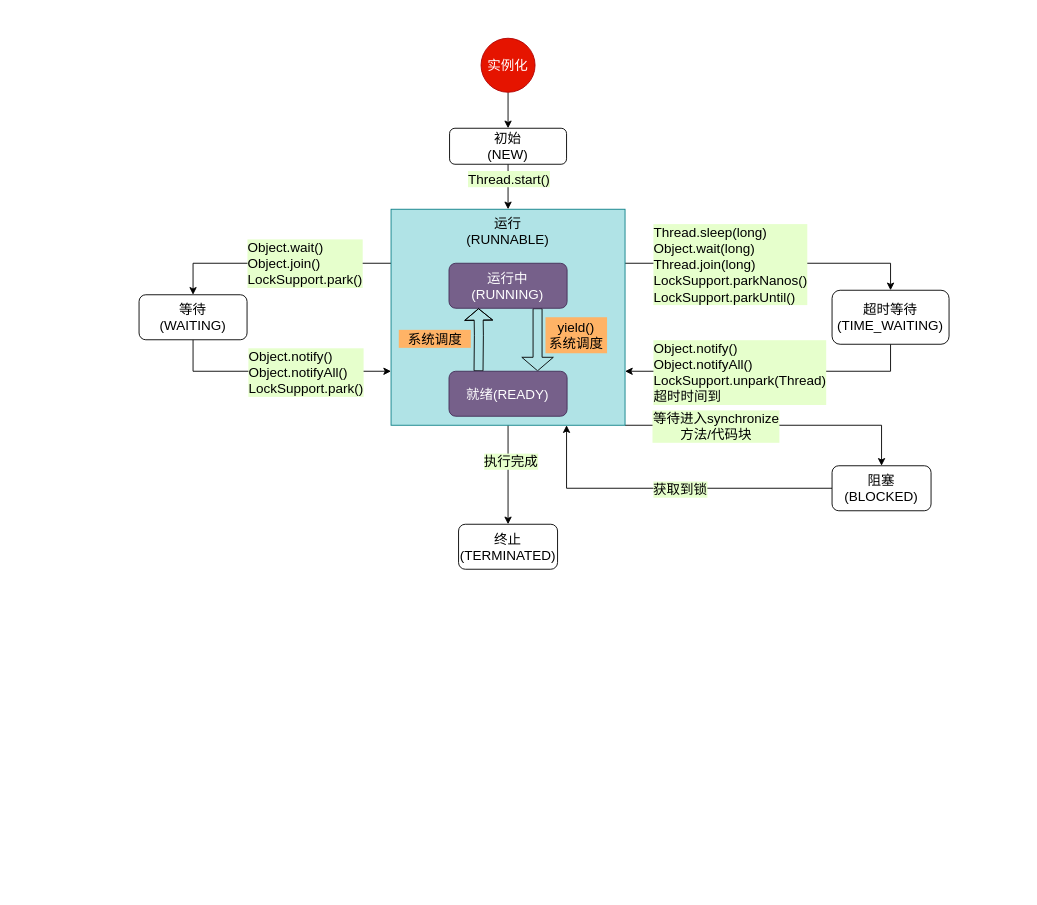
The draw.io diagram ConcurrencyProgramming.drawio in anDongCoder/draw-io, before the edit. Source tidied: cells renumbered, new cells numbered last; positions are measured from the earlier drawing's top-left corner, leaving out a move shared by most shapes. Both pictures are drawn from the tidied source at 90%, with x=0, y=0 at pixel (139, 38).
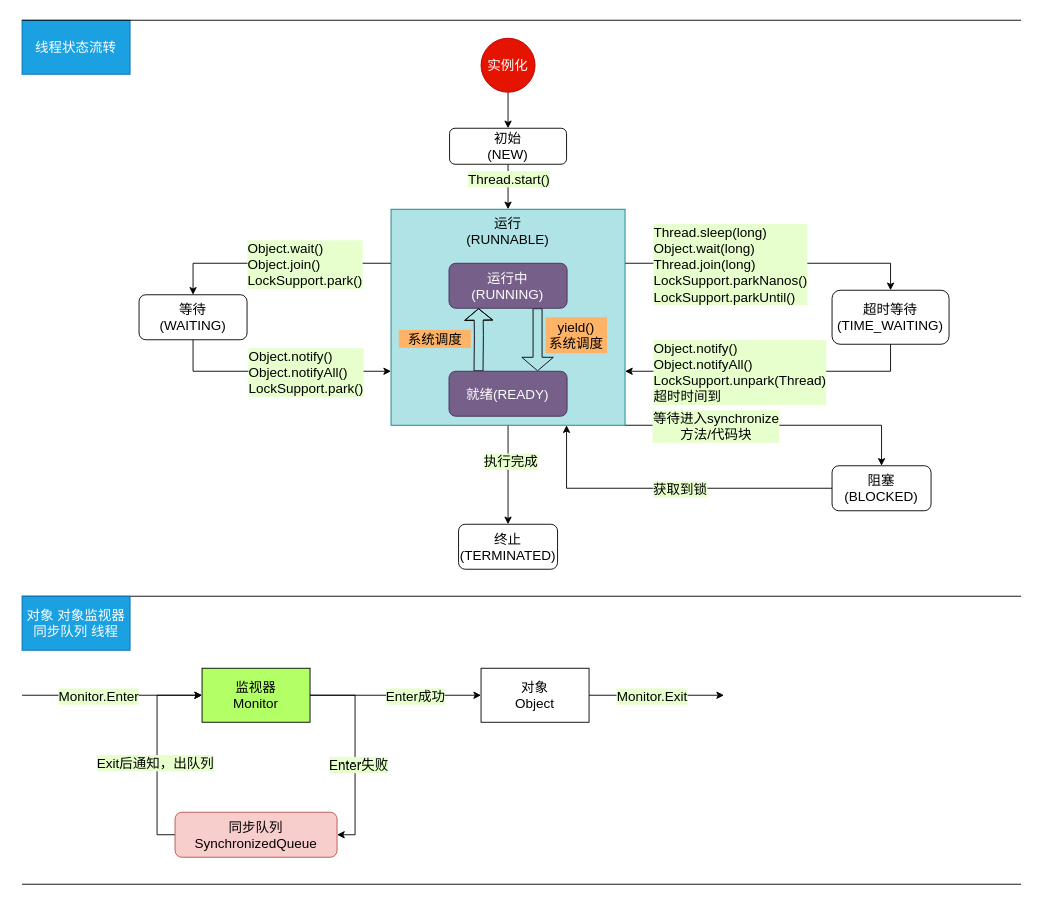
The same page after the edit.

What changed in the source:
```diff
@@
+    <mxCell id="33" value="线程状态流转" style="rounded=0;whiteSpace=wrap;html=1;fillColor=#1ba1e2;strokeColor=#006EAF;fontColor=#ffffff;fontSize=15;" parent="1" vertex="1">
+      <mxGeometry x="-130" y="-20" width="120" height="60" as="geometry" />
+    </mxCell>
+    <mxCell id="34" style="line;strokeWidth=1;html=1;" parent="1" vertex="1">
+      <mxGeometry x="-130" y="-25" width="1110" height="10" as="geometry" />
+    </mxCell>
+    <mxCell id="35" style="line;strokeWidth=1;html=1;" parent="1" vertex="1">
+      <mxGeometry x="-130" y="615" width="1110" height="10" as="geometry" />
+    </mxCell>
+    <mxCell id="36" value="对象 对象监视器&lt;br&gt;同步队列 线程" style="rounded=0;whiteSpace=wrap;html=1;fillColor=#1ba1e2;strokeColor=#006EAF;fontColor=#ffffff;fontSize=15;" parent="1" vertex="1">
+      <mxGeometry x="-130" y="620" width="120" height="60" as="geometry" />
+    </mxCell>
+    <mxCell id="37" style="edgeStyle=orthogonalEdgeStyle;rounded=0;jettySize=auto;html=1;exitX=1;exitY=0.5;exitDx=0;exitDy=0;fontSize=15;fontColor=#000000;" parent="1" edge="1" source="41" target="44">
+      <mxGeometry relative="1" as="geometry" />
+    </mxCell>
+    <mxCell id="38" value="Enter成功" style="edgeLabel;html=1;align=center;verticalAlign=middle;fontSize=15;fontColor=#000000;labelBackgroundColor=#E6FFCC;" parent="37" vertex="1">
+      <mxGeometry x="-0.19" y="1" relative="1" as="geometry">
+        <mxPoint x="39" y="1" as="offset" />
+      </mxGeometry>
+    </mxCell>
+    <mxCell id="39" style="edgeStyle=orthogonalEdgeStyle;rounded=0;jettySize=auto;html=1;exitX=1;exitY=0.5;exitDx=0;exitDy=0;entryX=1;entryY=0.5;entryDx=0;entryDy=0;fontSize=15;fontColor=#000000;" parent="1" edge="1" source="41" target="47">
+      <mxGeometry relative="1" as="geometry" />
+    </mxCell>
+    <mxCell id="40" value="Enter失败" style="edgeLabel;html=1;align=center;verticalAlign=middle;fontSize=15;fontColor=#000000;labelBackgroundColor=#E6FFCC;" parent="39" vertex="1">
+      <mxGeometry x="0.12" y="3" relative="1" as="geometry" />
+    </mxCell>
+    <mxCell id="41" value="监视器&lt;br&gt;Monitor" style="rounded=0;whiteSpace=wrap;html=1;strokeWidth=1;fillColor=#B3FF66;fontSize=15;" parent="1" vertex="1">
+      <mxGeometry x="70" y="700" width="120" height="60" as="geometry" />
+    </mxCell>
+    <mxCell id="42" style="edgeStyle=orthogonalEdgeStyle;rounded=0;jettySize=auto;html=1;exitX=1;exitY=0.5;exitDx=0;exitDy=0;fontSize=15;fontColor=#000000;" parent="1" edge="1" source="44">
+      <mxGeometry relative="1" as="geometry">
+        <mxPoint x="650" y="730" as="targetPoint" />
+      </mxGeometry>
+    </mxCell>
+    <mxCell id="43" value="Monitor.Exit" style="edgeLabel;html=1;align=center;verticalAlign=middle;fontSize=15;fontColor=#000000;labelBackgroundColor=#E6FFCC;" parent="42" vertex="1">
+      <mxGeometry x="0.07" y="1" relative="1" as="geometry">
+        <mxPoint x="-11" y="1" as="offset" />
+      </mxGeometry>
+    </mxCell>
+    <mxCell id="44" value="对象&lt;br&gt;Object" style="rounded=0;whiteSpace=wrap;html=1;fontSize=15;strokeWidth=1;fillColor=#FFFFFF;" parent="1" vertex="1">
+      <mxGeometry x="380" y="700" width="120" height="60" as="geometry" />
+    </mxCell>
+    <mxCell id="45" style="edgeStyle=orthogonalEdgeStyle;rounded=0;jettySize=auto;html=1;exitX=0;exitY=0.5;exitDx=0;exitDy=0;entryX=0;entryY=0.5;entryDx=0;entryDy=0;fontSize=15;fontColor=#000000;" parent="1" edge="1" source="47" target="41">
+      <mxGeometry relative="1" as="geometry" />
+    </mxCell>
+    <mxCell id="46" value="Exit后通知，出队列" style="edgeLabel;html=1;align=center;verticalAlign=middle;fontSize=15;fontColor=#000000;labelBackgroundColor=#E6FFCC;" parent="45" vertex="1">
+      <mxGeometry x="-0.1" y="3" relative="1" as="geometry" />
+    </mxCell>
+    <mxCell id="47" value="同步队列&lt;br&gt;SynchronizedQueue" style="rounded=1;whiteSpace=wrap;html=1;fontSize=15;strokeWidth=1;fillColor=#f8cecc;strokeColor=#b85450;" parent="1" vertex="1">
+      <mxGeometry x="40" y="860" width="180" height="50" as="geometry" />
+    </mxCell>
+    <mxCell id="48" style="endArrow=classic;html=1;fontSize=15;fontColor=#000000;entryX=0;entryY=0.5;entryDx=0;entryDy=0;" parent="1" edge="1" target="41">
+      <mxGeometry relative="1" as="geometry">
+        <mxPoint x="-130" y="730" as="sourcePoint" />
+      </mxGeometry>
+    </mxCell>
+    <mxCell id="49" value="Monitor.Enter" style="edgeLabel;html=1;align=center;verticalAlign=middle;fontSize=15;fontColor=#000000;labelBackgroundColor=#E6FFCC;" parent="48" vertex="1">
+      <mxGeometry x="-0.16" relative="1" as="geometry" />
+    </mxCell>
+    <mxCell id="50" style="line;strokeWidth=1;html=1;" parent="1" vertex="1">
+      <mxGeometry x="-130" y="935" width="1110" height="10" as="geometry" />
+    </mxCell>
```
